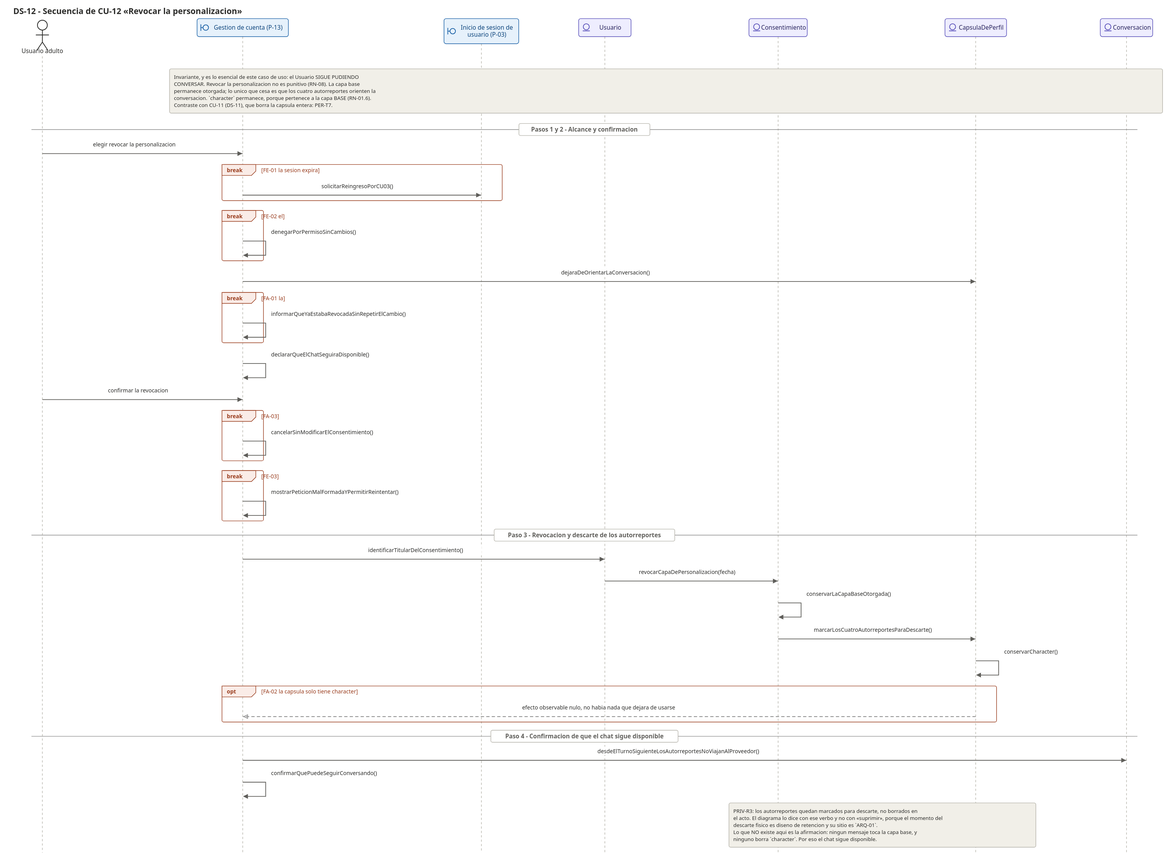
Earlier version of the PlantUML export docs/07_casos_uso/secuencia/svg/DS-12_secuencia_revocar_la_personalizacion.svg (jonatan8254/alan-aura-academico). Its source is kept beside it as docs/07_casos_uso/secuencia/puml/DS-12_secuencia_revocar_la_personalizacion.puml.
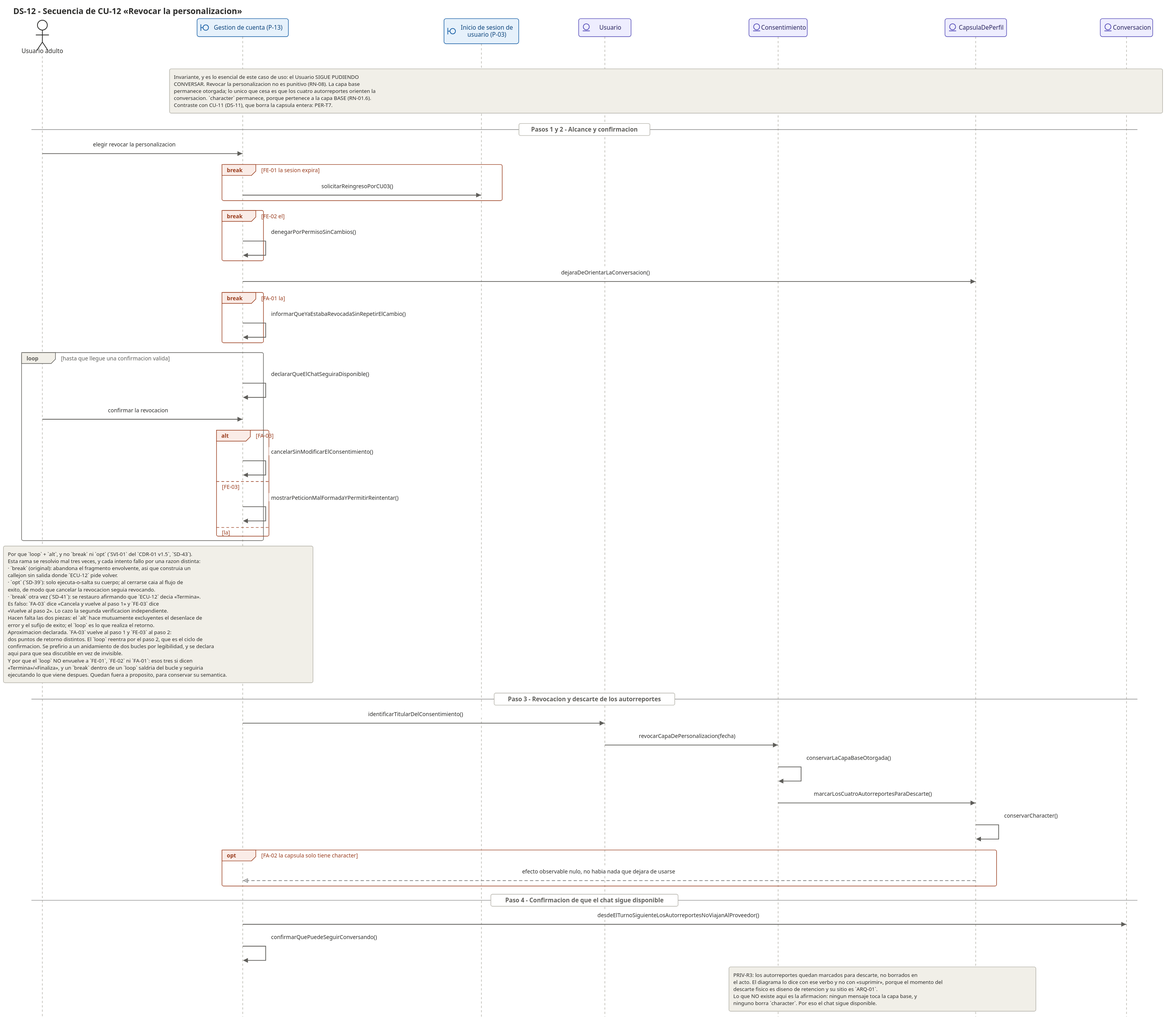
The same diagram one commit later.

The edit, as a diff of the source:
```diff
@@ -38,16 +38,40 @@
   B_PaginaGestionCuenta -> B_PaginaGestionCuenta : informarQueYaEstabaRevocadaSinRepetirElCambio()
 end
 
-B_PaginaGestionCuenta -> B_PaginaGestionCuenta : declararQueElChatSeguiraDisponible()
-ACT_Usuario -> B_PaginaGestionCuenta : confirmar la revocacion
+loop hasta que llegue una confirmacion valida
+  B_PaginaGestionCuenta -> B_PaginaGestionCuenta : declararQueElChatSeguiraDisponible()
+  ACT_Usuario -> B_PaginaGestionCuenta : confirmar la revocacion
 
-break FA-03 cancela en la confirmacion
-  B_PaginaGestionCuenta -> B_PaginaGestionCuenta : cancelarSinModificarElConsentimiento()
+  alt FA-03 cancela en la confirmacion
+    B_PaginaGestionCuenta -> B_PaginaGestionCuenta : cancelarSinModificarElConsentimiento()
+  else FE-03 peticion mal formada
+    B_PaginaGestionCuenta -> B_PaginaGestionCuenta : mostrarPeticionMalFormadaYPermitirReintentar()
+  else la confirmacion es valida
+  end
 end
 
-break FE-03 peticion mal formada
-  B_PaginaGestionCuenta -> B_PaginaGestionCuenta : mostrarPeticionMalFormadaYPermitirReintentar()
-end
+note over ACT_Usuario, B_PaginaGestionCuenta
+  <b>Por que `loop` + `alt`, y no `break` ni `opt`</b> (`SVI-01` del `CDR-01 v1.5`, `SD-43`).
+  Esta rama se resolvio mal <b>tres veces</b>, y cada intento fallo por una razon distinta:
+  · <b>`break`</b> (original): abandona el fragmento envolvente, asi que construia un
+    callejon sin salida donde `ECU-12` pide volver.
+  · <b>`opt`</b> (`SD-39`): solo ejecuta-o-salta su cuerpo; al cerrarse <b>caia al flujo de
+    exito</b>, de modo que cancelar la revocacion <b>seguia revocando</b>.
+  · <b>`break` otra vez</b> (`SD-41`): se restauro afirmando que `ECU-12` decia «Termina».
+    <b>Es falso</b>: `FA-03` dice «<b>Cancela</b> y <b>vuelve</b> al paso 1» y `FE-03` dice
+    «<b>Vuelve</b> al paso 2». Lo cazo la segunda verificacion independiente.
+  <b>Hacen falta las dos piezas:</b> el `alt` hace mutuamente excluyentes el desenlace de
+  error y el sufijo de exito; el `loop` es lo que <b>realiza el retorno</b>.
+
+  <b>Aproximacion declarada.</b> `FA-03` vuelve al <b>paso 1</b> y `FE-03` al <b>paso 2</b>:
+  dos puntos de retorno distintos. El `loop` reentra por el paso 2, que es el ciclo de
+  confirmacion. Se prefirio a un anidamiento de dos bucles por legibilidad, y se declara
+  aqui para que sea discutible en vez de invisible.
+
+  <b>Y por que el `loop` NO envuelve a `FE-01`, `FE-02` ni `FA-01`:</b> esos tres si dicen
+  «Termina»/«Finaliza», y un `break` <b>dentro</b> de un `loop` saldria del bucle y seguiria
+  ejecutando lo que viene despues. Quedan fuera a proposito, para conservar su semantica.
+end note
 
 == Paso 3 - Revocacion y descarte de los autorreportes ==
 
```
